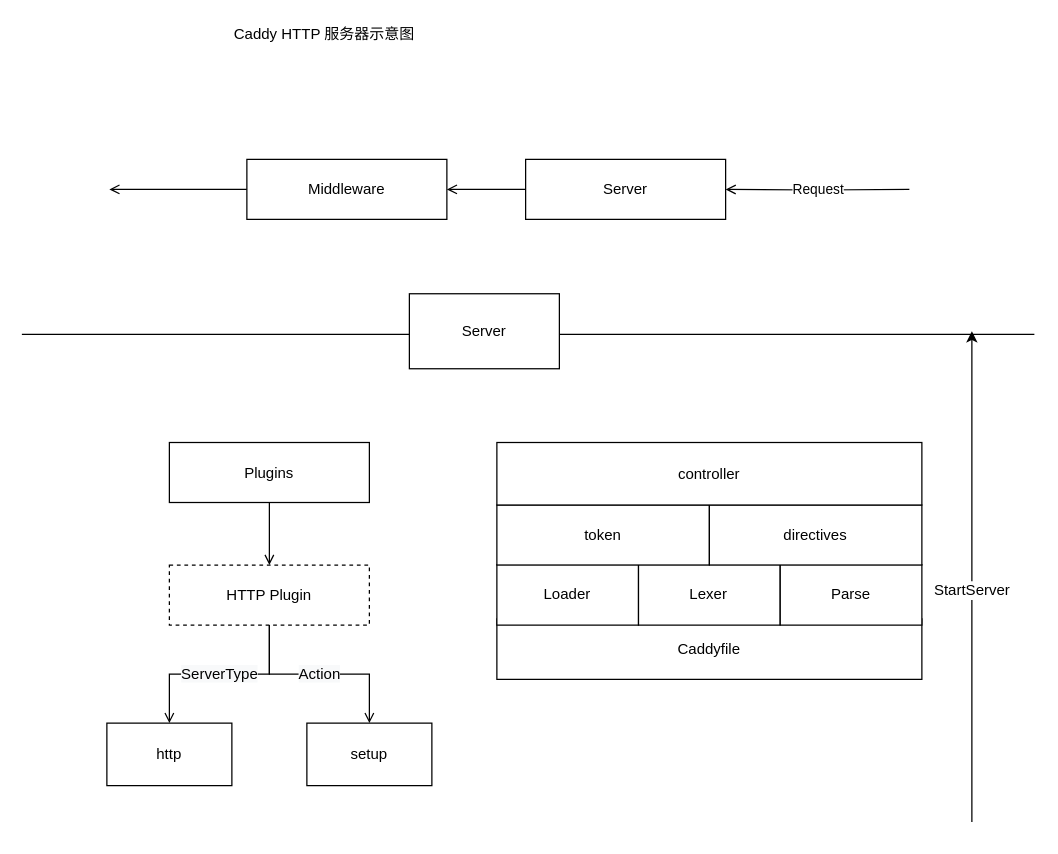
Before: caddy-overview.drawio in abserari/draw.io, a draw.io diagram. Source tidied: cells renumbered, new cells numbered last; positions are measured from the earlier drawing's top-left corner, leaving out a move shared by most shapes. Both pictures are drawn from the tidied source at 125%, with x=0, y=0 at pixel (21, 21).
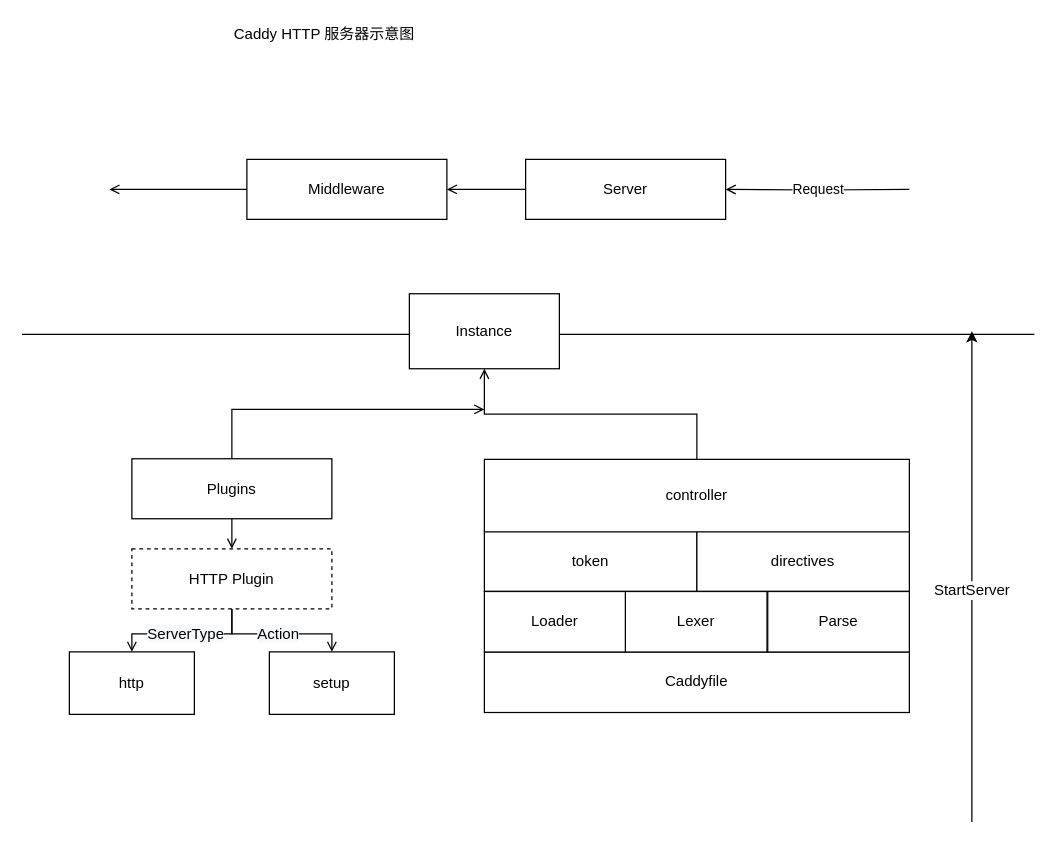
After the change.

What changed in the source:
```diff
@@
+    <mxCell id="26" style="edgeStyle=orthogonalEdgeStyle;rounded=0;jettySize=auto;html=1;exitX=0.5;exitY=0;exitDx=0;exitDy=0;endArrow=open;endFill=0;" parent="1" edge="1" source="4">
+      <mxGeometry relative="1" as="geometry">
+        <mxPoint x="370" y="310" as="targetPoint" />
+        <Array as="points">
+          <mxPoint x="168" y="310" />
+        </Array>
+      </mxGeometry>
+    </mxCell>
     <mxCell id="4" value="Plugins" style="rounded=0;whiteSpace=wrap;html=1;strokeColor=#000000;" parent="1" vertex="1">
-      <mxGeometry x="118" y="336.5" width="160" height="48" as="geometry" />
+      <mxGeometry x="88" y="349.5" width="160" height="48" as="geometry" />
     </mxCell>
@@
     <mxCell id="7" value="HTTP Plugin" style="rounded=0;whiteSpace=wrap;html=1;strokeColor=#000000;dashed=1;" parent="1" vertex="1">
-      <mxGeometry x="118" y="434.5" width="160" height="48" as="geometry" />
+      <mxGeometry x="88" y="421.5" width="160" height="48" as="geometry" />
     </mxCell>
     <mxCell id="8" value="http" style="rounded=0;whiteSpace=wrap;html=1;strokeColor=#000000;" parent="1" vertex="1">
-      <mxGeometry x="68" y="561" width="100" height="50" as="geometry" />
+      <mxGeometry x="38" y="504" width="100" height="50" as="geometry" />
     </mxCell>
@@
     <mxCell id="10" value="setup" style="rounded=0;whiteSpace=wrap;html=1;strokeColor=#000000;" parent="1" vertex="1">
-      <mxGeometry x="228" y="561" width="100" height="50" as="geometry" />
+      <mxGeometry x="198" y="504" width="100" height="50" as="geometry" />
     </mxCell>
@@
     <mxCell id="16" value="Caddyfile" style="rounded=0;whiteSpace=wrap;html=1;strokeColor=#000000;" parent="1" vertex="1">
-      <mxGeometry x="380" y="477.6" width="340" height="48.4" as="geometry" />
+      <mxGeometry x="370" y="504.1" width="340" height="48.4" as="geometry" />
     </mxCell>
     <mxCell id="17" value="Loader" style="rounded=0;whiteSpace=wrap;html=1;strokeColor=#000000;" parent="1" vertex="1">
-      <mxGeometry x="380" y="434.2" width="113.3" height="48.4" as="geometry" />
+      <mxGeometry x="370" y="455.7" width="113.3" height="48.4" as="geometry" />
     </mxCell>
     <mxCell id="18" value="Lexer" style="rounded=0;whiteSpace=wrap;html=1;strokeColor=#000000;" parent="1" vertex="1">
-      <mxGeometry x="493.3" y="434.2" width="113.3" height="48.4" as="geometry" />
+      <mxGeometry x="482.8" y="455.7" width="113.3" height="48.4" as="geometry" />
     </mxCell>
     <mxCell id="19" value="Parse" style="rounded=0;whiteSpace=wrap;html=1;strokeColor=#000000;" parent="1" vertex="1">
-      <mxGeometry x="606.7" y="434.2" width="113.3" height="48.4" as="geometry" />
+      <mxGeometry x="596.7" y="455.7" width="113.3" height="48.4" as="geometry" />
     </mxCell>
     <mxCell id="20" value="token" style="rounded=0;whiteSpace=wrap;html=1;strokeColor=#000000;" parent="1" vertex="1">
-      <mxGeometry x="380" y="386.5" width="170" height="48" as="geometry" />
+      <mxGeometry x="370" y="407.5" width="170" height="48" as="geometry" />
     </mxCell>
     <mxCell id="21" value="directives" style="rounded=0;whiteSpace=wrap;html=1;strokeColor=#000000;" parent="1" vertex="1">
-      <mxGeometry x="550" y="386.5" width="170" height="48" as="geometry" />
+      <mxGeometry x="540" y="407.5" width="170" height="48" as="geometry" />
     </mxCell>
+    <mxCell id="27" style="edgeStyle=orthogonalEdgeStyle;rounded=0;jettySize=auto;html=1;exitX=0.5;exitY=0;exitDx=0;exitDy=0;entryX=0.5;entryY=1;entryDx=0;entryDy=0;endArrow=open;endFill=0;" parent="1" edge="1" source="22" target="23">
+      <mxGeometry relative="1" as="geometry" />
+    </mxCell>
     <mxCell id="22" value="controller" style="rounded=0;whiteSpace=wrap;html=1;strokeColor=#000000;" parent="1" vertex="1">
-      <mxGeometry x="380" y="336.5" width="340" height="50" as="geometry" />
+      <mxGeometry x="370" y="350" width="340" height="58" as="geometry" />
     </mxCell>
-    <mxCell id="23" value="Server" style="rounded=0;whiteSpace=wrap;html=1;" parent="1" vertex="1">
+    <mxCell id="23" value="Instance" style="rounded=0;whiteSpace=wrap;html=1;" parent="1" vertex="1">
       <mxGeometry x="310" y="217.5" width="120" height="60" as="geometry" />
     </mxCell>
```
